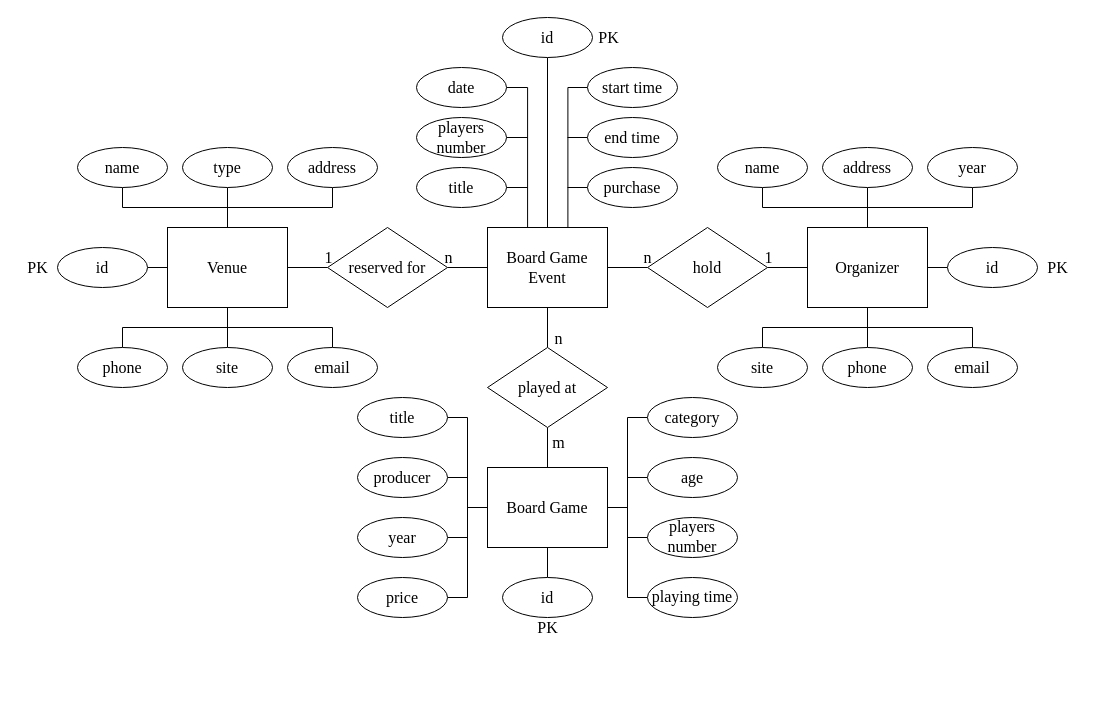
Earlier version of the draw.io diagram lab01/docs/DB-ER.drawio (MyMiDiII/bmstu-db). Source tidied: cells renumbered, new cells numbered last; positions are measured from the earlier drawing's top-left corner, leaving out a move shared by most shapes. Both pictures are drawn from the tidied source at 100%, with x=0, y=0 at pixel (17, 17).
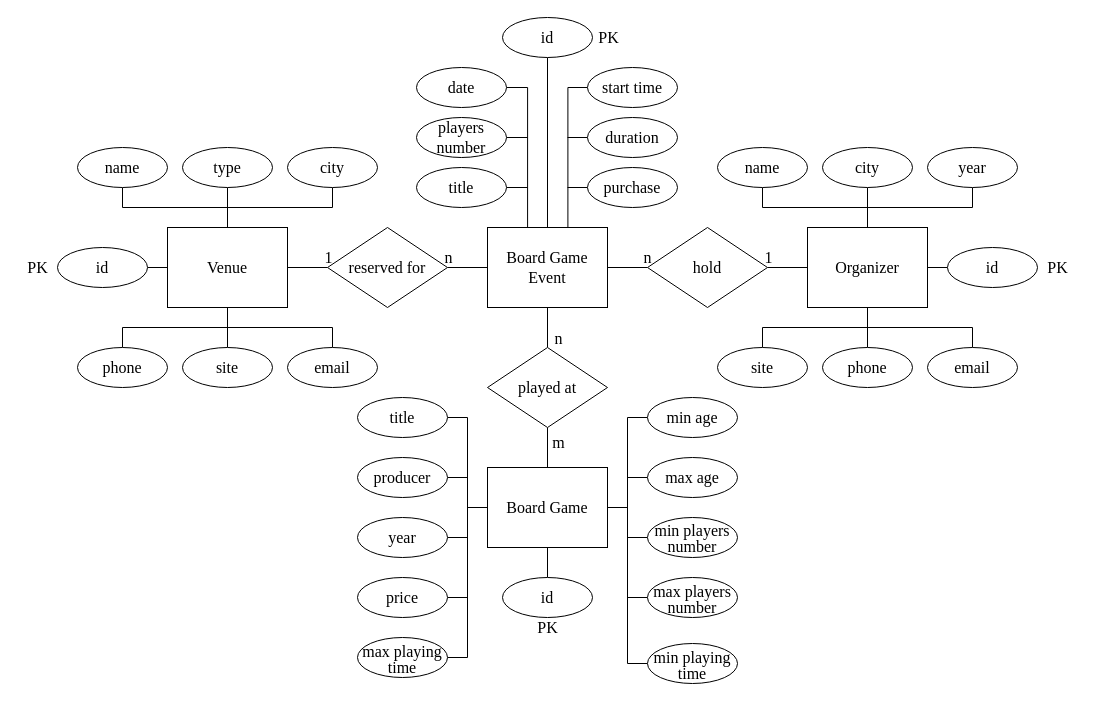
After the change.

Commit message (it also covers changes not shown here):
FIX: diagram by tables structure in sql queries

Unchanged cells that the change refers to:
```xml
<mxCell id="15" value="&lt;font face=&quot;Times New Roman&quot; style=&quot;font-size: 16px&quot;&gt;Board Game&lt;/font&gt;" style="rounded=0;whiteSpace=wrap;html=1;" parent="1" vertex="1">
  <mxGeometry x="470" y="450" width="120" height="80" as="geometry" />
</mxCell>
```

Diff of the diagram source:
```diff
@@
-    <mxCell id="39" value="end time" style="ellipse;whiteSpace=wrap;html=1;fontFamily=Times New Roman;fontSize=16;" parent="1" vertex="1">
+    <mxCell id="39" value="duration" style="ellipse;whiteSpace=wrap;html=1;fontFamily=Times New Roman;fontSize=16;" parent="1" vertex="1">
       <mxGeometry x="570" y="100" width="90" height="40" as="geometry" />
     </mxCell>
@@
-    <mxCell id="53" value="address" style="ellipse;whiteSpace=wrap;html=1;fontFamily=Times New Roman;fontSize=16;" parent="1" vertex="1">
+    <mxCell id="53" value="city" style="ellipse;whiteSpace=wrap;html=1;fontFamily=Times New Roman;fontSize=16;" parent="1" vertex="1">
       <mxGeometry x="270" y="130" width="90" height="40" as="geometry" />
     </mxCell>
@@
-    <mxCell id="65" value="category" style="ellipse;whiteSpace=wrap;html=1;fontFamily=Times New Roman;fontSize=16;" parent="1" vertex="1">
+    <mxCell id="65" value="min age" style="ellipse;whiteSpace=wrap;html=1;fontFamily=Times New Roman;fontSize=16;" parent="1" vertex="1">
       <mxGeometry x="630" y="380" width="90" height="40" as="geometry" />
     </mxCell>
@@
-    <mxCell id="67" value="age" style="ellipse;whiteSpace=wrap;html=1;fontFamily=Times New Roman;fontSize=16;" parent="1" vertex="1">
+    <mxCell id="67" value="max age" style="ellipse;whiteSpace=wrap;html=1;fontFamily=Times New Roman;fontSize=16;" parent="1" vertex="1">
       <mxGeometry x="630" y="440" width="90" height="40" as="geometry" />
     </mxCell>
@@
-    <mxCell id="69" value="playing time" style="ellipse;whiteSpace=wrap;html=1;fontFamily=Times New Roman;fontSize=16;spacingBottom=3;" parent="1" vertex="1">
+    <mxCell id="69" value="&lt;p style=&quot;line-height: 1&quot;&gt;max players number&lt;/p&gt;" style="ellipse;whiteSpace=wrap;html=1;fontFamily=Times New Roman;fontSize=16;spacingBottom=0;spacingTop=3;" parent="1" vertex="1">
       <mxGeometry x="630" y="560" width="90" height="40" as="geometry" />
     </mxCell>
@@
-    <mxCell id="71" value="players number" style="ellipse;whiteSpace=wrap;html=1;fontFamily=Times New Roman;fontSize=16;spacingBottom=3;" parent="1" vertex="1">
+    <mxCell id="71" value="&lt;p style=&quot;line-height: 1&quot;&gt;min players number&lt;/p&gt;" style="ellipse;whiteSpace=wrap;html=1;fontFamily=Times New Roman;fontSize=16;spacingBottom=0;spacingTop=2;" parent="1" vertex="1">
       <mxGeometry x="630" y="500" width="90" height="40" as="geometry" />
     </mxCell>
@@
-    <mxCell id="76" value="address" style="ellipse;whiteSpace=wrap;html=1;fontFamily=Times New Roman;fontSize=16;" parent="1" vertex="1">
+    <mxCell id="76" value="city" style="ellipse;whiteSpace=wrap;html=1;fontFamily=Times New Roman;fontSize=16;" parent="1" vertex="1">
       <mxGeometry x="805" y="130" width="90" height="40" as="geometry" />
     </mxCell>
@@
+    <mxCell id="85" style="edgeStyle=orthogonalEdgeStyle;rounded=0;jettySize=auto;html=1;exitX=1;exitY=0.5;exitDx=0;exitDy=0;entryX=0;entryY=0.5;entryDx=0;entryDy=0;endArrow=none;endFill=0;" parent="1" edge="1" source="88" target="15">
+      <mxGeometry relative="1" as="geometry" />
+    </mxCell>
+    <mxCell id="86" style="edgeStyle=orthogonalEdgeStyle;rounded=0;jettySize=auto;html=1;exitX=0;exitY=0.5;exitDx=0;exitDy=0;entryX=1;entryY=0.5;entryDx=0;entryDy=0;endArrow=none;endFill=0;" parent="1" edge="1" source="87" target="15">
+      <mxGeometry relative="1" as="geometry" />
+    </mxCell>
+    <mxCell id="87" value="&lt;p style=&quot;line-height: 1&quot;&gt;min playing time&lt;/p&gt;" style="ellipse;whiteSpace=wrap;html=1;fontFamily=Times New Roman;fontSize=16;spacingBottom=0;spacingTop=3;" parent="1" vertex="1">
+      <mxGeometry x="630" y="626" width="90" height="40" as="geometry" />
+    </mxCell>
+    <mxCell id="88" value="&lt;p style=&quot;line-height: 1&quot;&gt;max playing time&lt;/p&gt;" style="ellipse;whiteSpace=wrap;html=1;fontFamily=Times New Roman;fontSize=16;spacingBottom=0;spacingTop=3;" parent="1" vertex="1">
+      <mxGeometry x="340" y="620" width="90" height="40" as="geometry" />
+    </mxCell>
```
